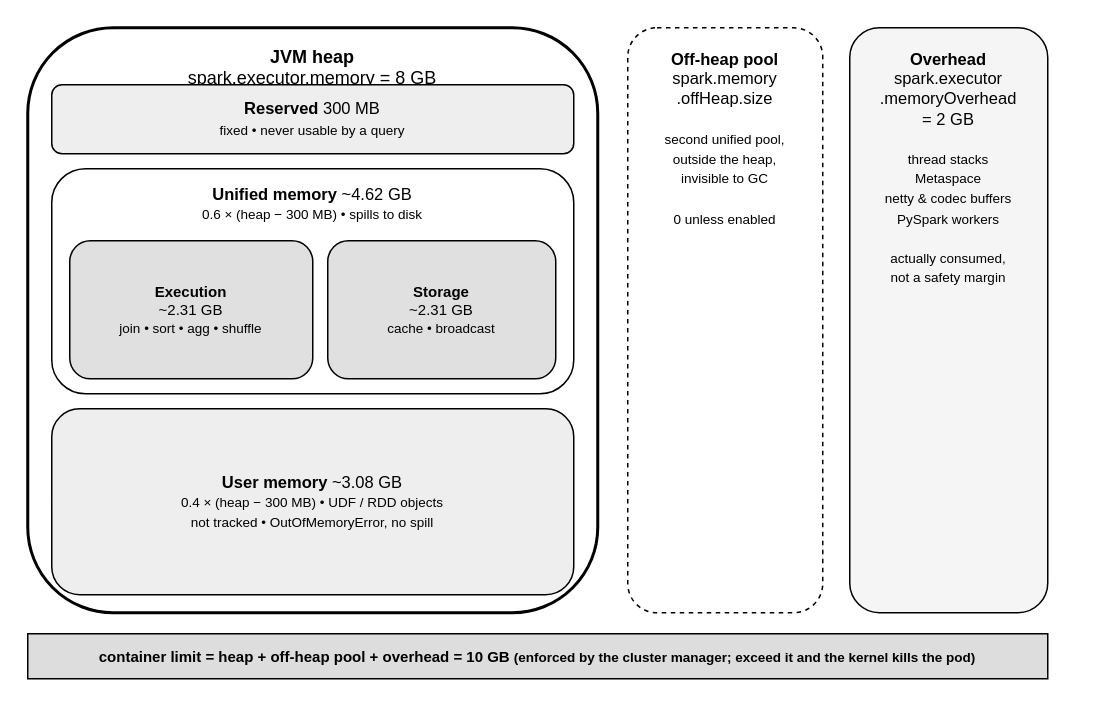
Before: book/figures/executor-memory-model.drawio in AlanPhan04/spark-101-to-pro, a draw.io diagram. Source tidied: cells renumbered, new cells numbered last; positions are measured from the earlier drawing's top-left corner, leaving out a move shared by most shapes. Both pictures are drawn from the tidied source at 150%, with x=0, y=0 at pixel (27, 27).
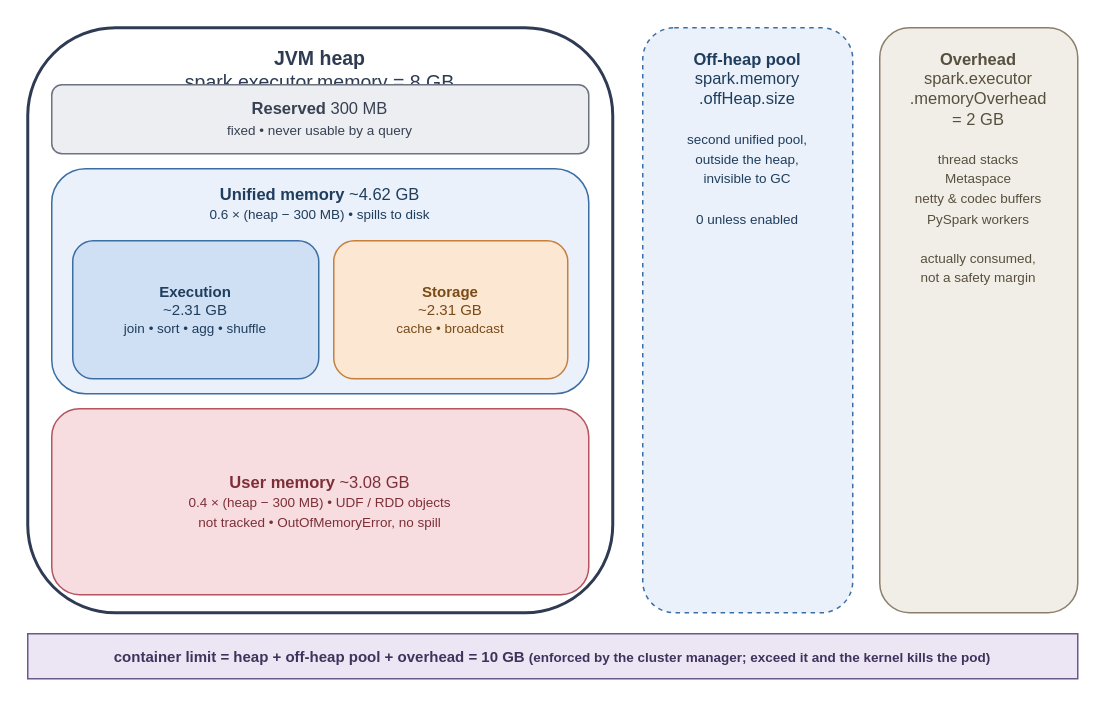
The same diagram, later.

The edit, as a diff of the source:
```diff
@@
 <mxGraphModel>
   <root>
     <mxCell id="0" />
     <mxCell id="1" parent="0" />
-    <mxCell id="2" value="&lt;b&gt;JVM heap&lt;/b&gt;&lt;br&gt;spark.executor.memory = 8 GB" style="rounded=1;whiteSpace=wrap;html=1;fillColor=#ffffff;strokeColor=#000000;strokeWidth=2;verticalAlign=top;fontSize=12;align=center;spacingTop=6;" parent="1" vertex="1">
-      <mxGeometry width="380" height="390" as="geometry" />
+    <mxCell id="2" value="&lt;b&gt;JVM heap&lt;/b&gt;&lt;br&gt;spark.executor.memory = 8 GB" style="rounded=1;whiteSpace=wrap;html=1;fillColor=#ffffff;strokeColor=#2f3b52;strokeWidth=2;verticalAlign=top;fontSize=13;spacingTop=6;fontColor=#2f3b52;" parent="1" vertex="1">
+      <mxGeometry width="390" height="390" as="geometry" />
     </mxCell>
-    <mxCell id="3" value="&lt;b&gt;Reserved&lt;/b&gt;  300 MB&lt;br&gt;&lt;span style=&quot;font-size:9px&quot;&gt;fixed &amp;#8226; never usable by a query&lt;/span&gt;" style="rounded=1;whiteSpace=wrap;html=1;fillColor=#eeeeee;strokeColor=#000000;fontSize=11;align=center;" parent="1" vertex="1">
-      <mxGeometry x="16" y="38" width="348" height="46" as="geometry" />
+    <mxCell id="3" value="&lt;b&gt;Reserved&lt;/b&gt;  300 MB&lt;br&gt;&lt;span style=&quot;font-size:9px&quot;&gt;fixed &amp;#8226; never usable by a query&lt;/span&gt;" style="rounded=1;whiteSpace=wrap;html=1;fillColor=#eceef1;strokeColor=#6b7280;fontSize=11;fontColor=#374151;" parent="1" vertex="1">
+      <mxGeometry x="16" y="38" width="358" height="46" as="geometry" />
     </mxCell>
-    <mxCell id="4" value="&lt;b&gt;Unified memory&lt;/b&gt;  ~4.62 GB&lt;br&gt;&lt;span style=&quot;font-size:9px&quot;&gt;0.6 &amp;#215; (heap &amp;#8722; 300 MB) &amp;#8226; spills to disk&lt;/span&gt;" style="rounded=1;whiteSpace=wrap;html=1;fillColor=#ffffff;strokeColor=#000000;fontSize=11;align=center;verticalAlign=top;spacingTop=4;" parent="1" vertex="1">
-      <mxGeometry x="16" y="94" width="348" height="150" as="geometry" />
+    <mxCell id="4" value="&lt;b&gt;Unified memory&lt;/b&gt;  ~4.62 GB&lt;br&gt;&lt;span style=&quot;font-size:9px&quot;&gt;0.6 &amp;#215; (heap &amp;#8722; 300 MB) &amp;#8226; spills to disk&lt;/span&gt;" style="rounded=1;whiteSpace=wrap;html=1;fillColor=#eaf1fb;strokeColor=#3b6ea5;fontSize=11;verticalAlign=top;spacingTop=4;fontColor=#1f3d5c;" parent="1" vertex="1">
+      <mxGeometry x="16" y="94" width="358" height="150" as="geometry" />
     </mxCell>
-    <mxCell id="5" value="&lt;b&gt;Execution&lt;/b&gt;&lt;br&gt;~2.31 GB&lt;br&gt;&lt;span style=&quot;font-size:9px&quot;&gt;join &amp;#8226; sort &amp;#8226; agg &amp;#8226; shuffle&lt;/span&gt;" style="rounded=1;whiteSpace=wrap;html=1;fillColor=#e0e0e0;strokeColor=#000000;fontSize=10;align=center;" parent="1" vertex="1">
-      <mxGeometry x="28" y="142" width="162" height="92" as="geometry" />
+    <mxCell id="5" value="&lt;b&gt;Execution&lt;/b&gt;&lt;br&gt;~2.31 GB&lt;br&gt;&lt;span style=&quot;font-size:9px&quot;&gt;join &amp;#8226; sort &amp;#8226; agg &amp;#8226; shuffle&lt;/span&gt;" style="rounded=1;whiteSpace=wrap;html=1;fillColor=#cfe0f4;strokeColor=#3b6ea5;fontSize=10;fontColor=#1f3d5c;" parent="1" vertex="1">
+      <mxGeometry x="30" y="142" width="164" height="92" as="geometry" />
     </mxCell>
-    <mxCell id="6" value="&lt;b&gt;Storage&lt;/b&gt;&lt;br&gt;~2.31 GB&lt;br&gt;&lt;span style=&quot;font-size:9px&quot;&gt;cache &amp;#8226; broadcast&lt;/span&gt;" style="rounded=1;whiteSpace=wrap;html=1;fillColor=#e0e0e0;strokeColor=#000000;fontSize=10;align=center;" parent="1" vertex="1">
-      <mxGeometry x="200" y="142" width="152" height="92" as="geometry" />
+    <mxCell id="6" value="&lt;b&gt;Storage&lt;/b&gt;&lt;br&gt;~2.31 GB&lt;br&gt;&lt;span style=&quot;font-size:9px&quot;&gt;cache &amp;#8226; broadcast&lt;/span&gt;" style="rounded=1;whiteSpace=wrap;html=1;fillColor=#fce7d2;strokeColor=#c77f3b;fontSize=10;fontColor=#7a4a17;" parent="1" vertex="1">
+      <mxGeometry x="204" y="142" width="156" height="92" as="geometry" />
     </mxCell>
-    <mxCell id="7" value="&lt;b&gt;User memory&lt;/b&gt;  ~3.08 GB&lt;br&gt;&lt;span style=&quot;font-size:9px&quot;&gt;0.4 &amp;#215; (heap &amp;#8722; 300 MB) &amp;#8226; UDF / RDD objects&lt;br&gt;not tracked &amp;#8226; OutOfMemoryError, no spill&lt;/span&gt;" style="rounded=1;whiteSpace=wrap;html=1;fillColor=#eeeeee;strokeColor=#000000;fontSize=11;align=center;" parent="1" vertex="1">
-      <mxGeometry x="16" y="254" width="348" height="124" as="geometry" />
+    <mxCell id="7" value="&lt;b&gt;User memory&lt;/b&gt;  ~3.08 GB&lt;br&gt;&lt;span style=&quot;font-size:9px&quot;&gt;0.4 &amp;#215; (heap &amp;#8722; 300 MB) &amp;#8226; UDF / RDD objects&lt;br&gt;not tracked &amp;#8226; OutOfMemoryError, no spill&lt;/span&gt;" style="rounded=1;whiteSpace=wrap;html=1;fillColor=#f7dde0;strokeColor=#b5545e;fontSize=11;fontColor=#7d2f38;" parent="1" vertex="1">
+      <mxGeometry x="16" y="254" width="358" height="124" as="geometry" />
     </mxCell>
-    <mxCell id="8" value="&lt;b&gt;Off-heap pool&lt;/b&gt;&lt;br&gt;spark.memory&lt;br&gt;.offHeap.size&lt;br&gt;&lt;br&gt;&lt;span style=&quot;font-size:9px&quot;&gt;second unified pool,&lt;br&gt;outside the heap,&lt;br&gt;invisible to GC&lt;br&gt;&lt;br&gt;0 unless enabled&lt;/span&gt;" style="rounded=1;whiteSpace=wrap;html=1;fillColor=#ffffff;strokeColor=#000000;dashed=1;fontSize=11;align=center;verticalAlign=top;spacingTop=8;" parent="1" vertex="1">
-      <mxGeometry x="400" width="130" height="390" as="geometry" />
+    <mxCell id="8" value="&lt;b&gt;Off-heap pool&lt;/b&gt;&lt;br&gt;spark.memory&lt;br&gt;.offHeap.size&lt;br&gt;&lt;br&gt;&lt;span style=&quot;font-size:9px&quot;&gt;second unified pool,&lt;br&gt;outside the heap,&lt;br&gt;invisible to GC&lt;br&gt;&lt;br&gt;0 unless enabled&lt;/span&gt;" style="rounded=1;whiteSpace=wrap;html=1;fillColor=#eaf1fb;strokeColor=#3b6ea5;dashed=1;fontSize=11;verticalAlign=top;spacingTop=8;fontColor=#1f3d5c;" parent="1" vertex="1">
+      <mxGeometry x="410" width="140" height="390" as="geometry" />
     </mxCell>
-    <mxCell id="9" value="&lt;b&gt;Overhead&lt;/b&gt;&lt;br&gt;spark.executor&lt;br&gt;.memoryOverhead&lt;br&gt;= 2 GB&lt;br&gt;&lt;br&gt;&lt;span style=&quot;font-size:9px&quot;&gt;thread stacks&lt;br&gt;Metaspace&lt;br&gt;netty &amp;amp; codec buffers&lt;br&gt;PySpark workers&lt;br&gt;&lt;br&gt;actually consumed,&lt;br&gt;not a safety margin&lt;/span&gt;" style="rounded=1;whiteSpace=wrap;html=1;fillColor=#f5f5f5;strokeColor=#000000;fontSize=11;align=center;verticalAlign=top;spacingTop=8;" parent="1" vertex="1">
-      <mxGeometry x="548" width="132" height="390" as="geometry" />
+    <mxCell id="9" value="&lt;b&gt;Overhead&lt;/b&gt;&lt;br&gt;spark.executor&lt;br&gt;.memoryOverhead&lt;br&gt;= 2 GB&lt;br&gt;&lt;br&gt;&lt;span style=&quot;font-size:9px&quot;&gt;thread stacks&lt;br&gt;Metaspace&lt;br&gt;netty &amp;amp; codec buffers&lt;br&gt;PySpark workers&lt;br&gt;&lt;br&gt;actually consumed,&lt;br&gt;not a safety margin&lt;/span&gt;" style="rounded=1;whiteSpace=wrap;html=1;fillColor=#f1eee7;strokeColor=#8a7f6a;fontSize=11;verticalAlign=top;spacingTop=8;fontColor=#57503f;" parent="1" vertex="1">
+      <mxGeometry x="568" width="132" height="390" as="geometry" />
     </mxCell>
-    <mxCell id="10" value="container limit  =  heap  +  off-heap pool  +  overhead   =   10 GB     &lt;span style=&quot;font-size:9px&quot;&gt;(enforced by the cluster manager; exceed it and the kernel kills the pod)&lt;/span&gt;" style="rounded=0;whiteSpace=wrap;html=1;fillColor=#dddddd;strokeColor=#000000;fontSize=10;align=center;fontStyle=1;" parent="1" vertex="1">
-      <mxGeometry y="404" width="680" height="30" as="geometry" />
+    <mxCell id="10" value="container limit  =  heap  +  off-heap pool  +  overhead   =   10 GB     &lt;span style=&quot;font-size:9px&quot;&gt;(enforced by the cluster manager; exceed it and the kernel kills the pod)&lt;/span&gt;" style="rounded=0;whiteSpace=wrap;html=1;fillColor=#ece6f4;strokeColor=#6a5a8a;fontSize=10;fontStyle=1;fontColor=#3f335c;" parent="1" vertex="1">
+      <mxGeometry y="404" width="700" height="30" as="geometry" />
     </mxCell>
   </root>
 </mxGraphModel>
```
